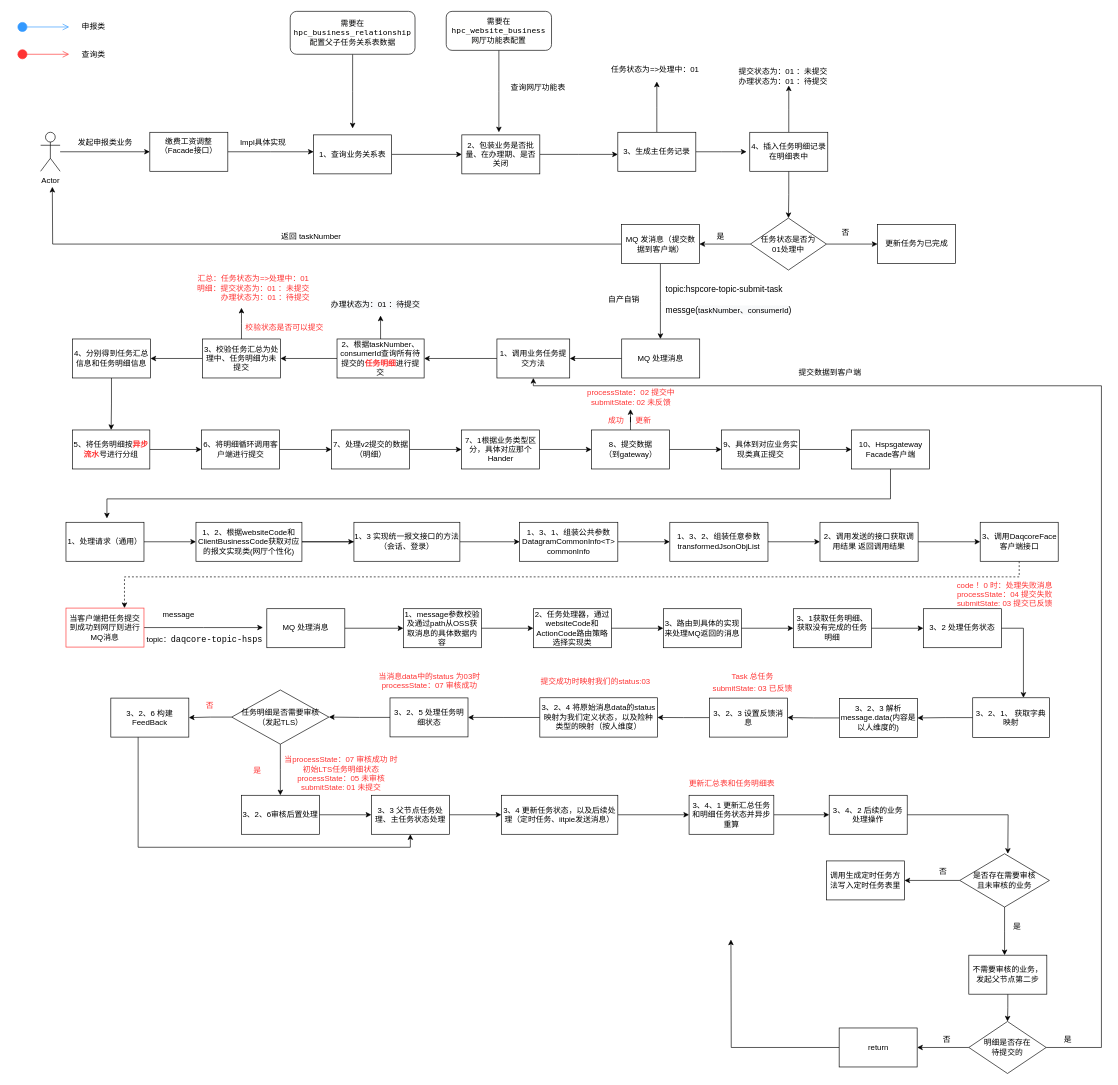
Before: 人社底层详细解析流程图.drawio in YYB1024/myRemoteRepo, a draw.io diagram. Source tidied: cells renumbered, new cells numbered last; positions are measured from the earlier drawing's top-left corner, leaving out a move shared by most shapes. Both pictures are drawn from the tidied source at 65%, with x=0, y=0 at pixel (17, 11).
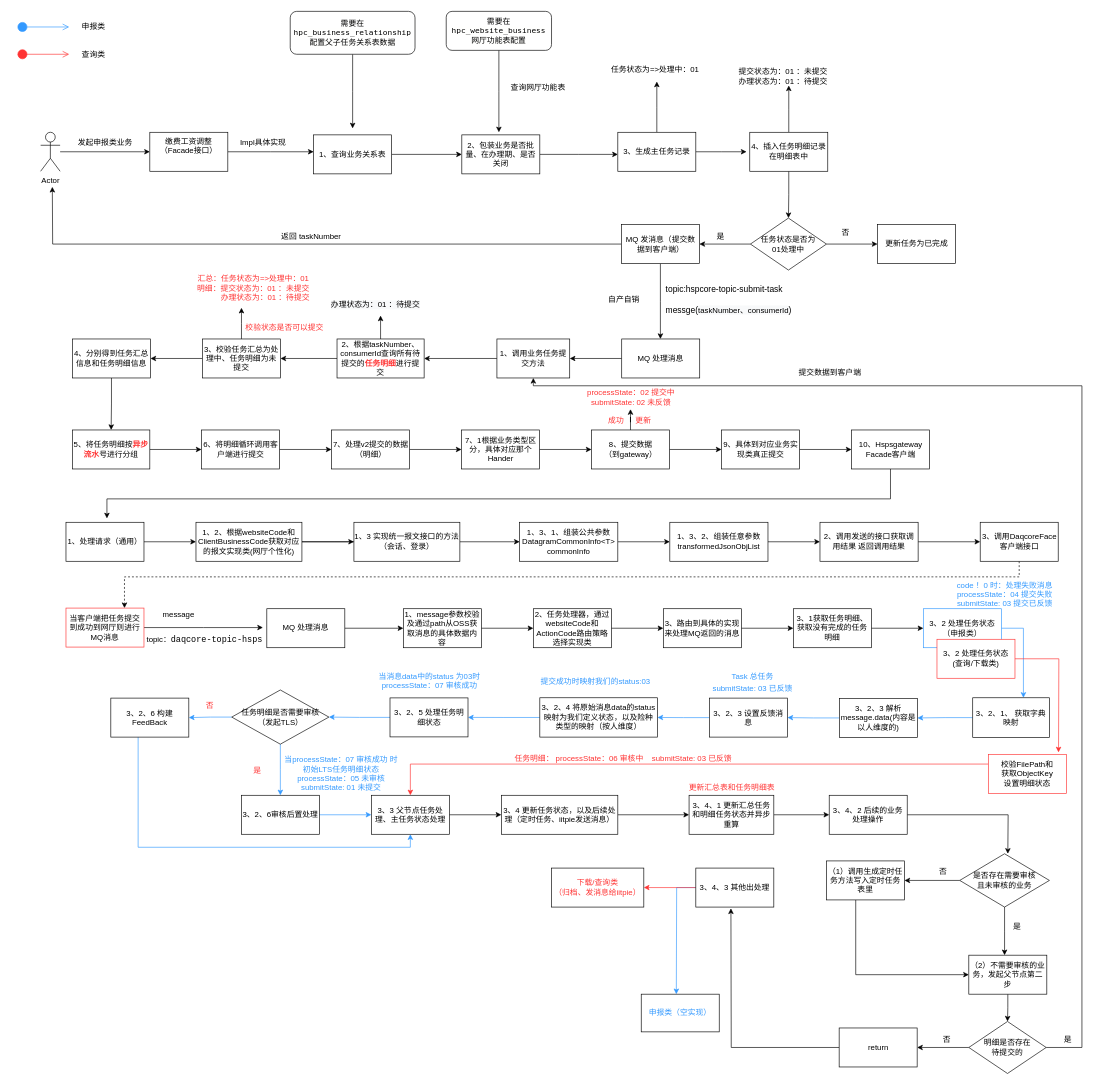
The same diagram, later.

Commit message:
更新人社底层详细解析流程图.drawio

Unchanged cells that the change refers to:
```xml
<mxCell id="43" value="1、调用业务任务提交方法" style="whiteSpace=wrap;html=1;rounded=0;" parent="1" vertex="1">
  <mxGeometry x="738" y="504" width="112" height="60" as="geometry" />
</mxCell>
<mxCell id="106" value="3、2、1&lt;span style=&quot;background-color: initial;&quot;&gt;、 获取字典映射&lt;br&gt;&lt;/span&gt;" style="whiteSpace=wrap;html=1;rounded=0;" parent="1" vertex="1">
  <mxGeometry x="1470" y="1056" width="118" height="61" as="geometry" />
</mxCell>
<mxCell id="108" value="3、2、3 解析message.data(内容是以人维度的)" style="whiteSpace=wrap;html=1;rounded=0;" parent="1" vertex="1">
  <mxGeometry x="1265" y="1057" width="120" height="60" as="geometry" />
</mxCell>
<mxCell id="111" value="3、2、3 设置反馈消息" style="whiteSpace=wrap;html=1;rounded=0;" parent="1" vertex="1">
  <mxGeometry x="1065" y="1056.5" width="120" height="60" as="geometry" />
</mxCell>
<mxCell id="115" value="3、2、4 将原始消息data的status映射为我们定义状态，以及险种类型的映射（按人维度）" style="whiteSpace=wrap;html=1;rounded=0;" parent="1" vertex="1">
  <mxGeometry x="804" y="1056" width="181" height="60.5" as="geometry" />
</mxCell>
<mxCell id="117" value="3、2、5 处理任务明细状态" style="whiteSpace=wrap;html=1;rounded=0;" parent="1" vertex="1">
  <mxGeometry x="573.5" y="1056.2" width="120" height="60" as="geometry" />
</mxCell>
<mxCell id="122" value="任务明细是否需要审核&lt;br&gt;（发起TLS）" style="rhombus;whiteSpace=wrap;html=1;rounded=0;" parent="1" vertex="1">
  <mxGeometry x="330" y="1044" width="149.5" height="83.4" as="geometry" />
</mxCell>
<mxCell id="124" value="3、2、6审核后置处理" style="whiteSpace=wrap;html=1;rounded=0;" parent="1" vertex="1">
  <mxGeometry x="344.8" y="1206" width="120" height="60" as="geometry" />
</mxCell>
<mxCell id="127" value="3、2、6 构建FeedBack" style="whiteSpace=wrap;html=1;rounded=0;" parent="1" vertex="1">
  <mxGeometry x="144" y="1056.5" width="120" height="60" as="geometry" />
</mxCell>
<mxCell id="131" value="3、3 父节点任务处理、主任务状态处理" style="whiteSpace=wrap;html=1;rounded=0;" parent="1" vertex="1">
  <mxGeometry x="544.8" y="1206" width="120" height="60" as="geometry" />
</mxCell>
<mxCell id="148" value="明细是否存在&lt;br&gt;待提交的" style="rhombus;whiteSpace=wrap;html=1;" parent="1" vertex="1">
  <mxGeometry x="1464" y="1554" width="119" height="80" as="geometry" />
</mxCell>
<mxCell id="150" value="return" style="whiteSpace=wrap;html=1;" parent="1" vertex="1">
  <mxGeometry x="1264.5" y="1564" width="120" height="60" as="geometry" />
</mxCell>
```

Change to the diagram source:
```diff
@@
-    <mxCell id="103" style="edgeStyle=orthogonalEdgeStyle;rounded=0;jettySize=auto;html=1;fontColor=#FF3333;" parent="1" edge="1" source="104" target="106">
+    <mxCell id="103" style="edgeStyle=orthogonalEdgeStyle;rounded=0;jettySize=auto;html=1;fontColor=#FF3333;strokeColor=#3399FF;" parent="1" edge="1" source="104" target="106">
       <mxGeometry relative="1" as="geometry">
         <Array as="points">
           <mxPoint x="1548" y="949" />
         </Array>
       </mxGeometry>
     </mxCell>
-    <mxCell id="104" value="3、2 处理任务状态" style="whiteSpace=wrap;html=1;rounded=0;" parent="1" vertex="1">
+    <mxCell id="104" value="3、2 处理任务状态&lt;br&gt;（申报类）" style="whiteSpace=wrap;html=1;rounded=0;strokeColor=#3399FF;" parent="1" vertex="1">
       <mxGeometry x="1394" y="919" width="120" height="60" as="geometry" />
     </mxCell>
-    <mxCell id="105" style="edgeStyle=orthogonalEdgeStyle;rounded=0;jettySize=auto;html=1;fontColor=#FF3333;" parent="1" edge="1" source="106" target="108">
+    <mxCell id="105" style="edgeStyle=orthogonalEdgeStyle;rounded=0;jettySize=auto;html=1;fontColor=#FF3333;strokeColor=#3399FF;" parent="1" edge="1" source="106" target="108">
       <mxGeometry relative="1" as="geometry" />
     </mxCell>
@@
-    <mxCell id="107" style="edgeStyle=orthogonalEdgeStyle;rounded=0;jettySize=auto;html=1;fontColor=#FF3333;" parent="1" edge="1" source="108" target="111">
+    <mxCell id="107" style="edgeStyle=orthogonalEdgeStyle;rounded=0;jettySize=auto;html=1;fontColor=#FF3333;strokeColor=#3399FF;" parent="1" edge="1" source="108" target="111">
       <mxGeometry relative="1" as="geometry" />
     </mxCell>
@@
-    <mxCell id="109" value="code ！0 时：处理失败消息&lt;br&gt;processState：04 提交失败&lt;br&gt;submitState: 03 提交已反馈" style="text;html=1;align=center;verticalAlign=middle;strokeColor=none;fillColor=none;fontColor=#FF3333;" parent="1" vertex="1">
+    <mxCell id="109" value="&lt;font color=&quot;#3399ff&quot;&gt;code ！0 时：处理失败消息&lt;br&gt;processState：04 提交失败&lt;br&gt;submitState: 03 提交已反馈&lt;/font&gt;" style="text;html=1;align=center;verticalAlign=middle;strokeColor=none;fillColor=none;fontColor=#FF3333;" parent="1" vertex="1">
       <mxGeometry x="1438" y="870" width="162" height="54" as="geometry" />
     </mxCell>
-    <mxCell id="110" style="edgeStyle=orthogonalEdgeStyle;rounded=0;jettySize=auto;html=1;fontColor=#FF3333;" parent="1" edge="1" source="111" target="115">
+    <mxCell id="110" style="edgeStyle=orthogonalEdgeStyle;rounded=0;jettySize=auto;html=1;fontColor=#FF3333;strokeColor=#3399FF;" parent="1" edge="1" source="111" target="115">
       <mxGeometry relative="1" as="geometry" />
     </mxCell>
@@
-    <mxCell id="112" value="Task 总任务&lt;br&gt;" style="text;html=1;align=center;verticalAlign=middle;strokeColor=none;fillColor=none;fontColor=#FF3333;" parent="1" vertex="1">
+    <mxCell id="112" value="&lt;font color=&quot;#3399ff&quot;&gt;Task 总任务&lt;/font&gt;" style="text;html=1;align=center;verticalAlign=middle;strokeColor=none;fillColor=none;fontColor=#FF3333;" parent="1" vertex="1">
       <mxGeometry x="1091.5" y="1012" width="78" height="24" as="geometry" />
     </mxCell>
-    <mxCell id="113" value="submitState: 03 已反馈" style="text;html=1;align=center;verticalAlign=middle;strokeColor=none;fillColor=none;fontColor=#FF3333;" parent="1" vertex="1">
+    <mxCell id="113" value="&lt;font color=&quot;#3399ff&quot;&gt;submitState: 03 已反馈&lt;/font&gt;" style="text;html=1;align=center;verticalAlign=middle;strokeColor=none;fillColor=none;fontColor=#FF3333;" parent="1" vertex="1">
       <mxGeometry x="1061.5" y="1030" width="138" height="24" as="geometry" />
     </mxCell>
-    <mxCell id="114" style="edgeStyle=orthogonalEdgeStyle;rounded=0;jettySize=auto;html=1;fontColor=#FF3333;" parent="1" edge="1" source="115" target="117">
+    <mxCell id="114" style="edgeStyle=orthogonalEdgeStyle;rounded=0;jettySize=auto;html=1;fontColor=#FF3333;strokeColor=#3399FF;" parent="1" edge="1" source="115" target="117">
       <mxGeometry relative="1" as="geometry" />
     </mxCell>
@@
-    <mxCell id="116" style="edgeStyle=orthogonalEdgeStyle;rounded=0;jettySize=auto;html=1;fontColor=#FF3333;" parent="1" edge="1" source="117" target="122">
+    <mxCell id="116" style="edgeStyle=orthogonalEdgeStyle;rounded=0;jettySize=auto;html=1;fontColor=#FF3333;strokeColor=#3399FF;" parent="1" edge="1" source="117" target="122">
       <mxGeometry relative="1" as="geometry" />
     </mxCell>
@@
-    <mxCell id="118" value="提交成功时映射我们的status:03&amp;nbsp;" style="text;html=1;align=center;verticalAlign=middle;strokeColor=none;fillColor=none;fontColor=#FF3333;" parent="1" vertex="1">
+    <mxCell id="118" value="&lt;font color=&quot;#3399ff&quot;&gt;提交成功时映射我们的status:03&amp;nbsp;&lt;/font&gt;" style="text;html=1;align=center;verticalAlign=middle;strokeColor=none;fillColor=none;fontColor=#FF3333;" parent="1" vertex="1">
       <mxGeometry x="798" y="1020" width="186" height="24" as="geometry" />
     </mxCell>
-    <mxCell id="119" value="当消息data中的status 为03时&lt;br&gt;processState：07 审核成功" style="text;html=1;align=center;verticalAlign=middle;strokeColor=none;fillColor=none;fontColor=#FF3333;" parent="1" vertex="1">
+    <mxCell id="119" value="&lt;font color=&quot;#3399ff&quot;&gt;当消息data中的status 为03时&lt;br&gt;processState：07 审核成功&lt;/font&gt;" style="text;html=1;align=center;verticalAlign=middle;strokeColor=none;fillColor=none;fontColor=#FF3333;" parent="1" vertex="1">
       <mxGeometry x="546.5" y="1012" width="174" height="36" as="geometry" />
     </mxCell>
-    <mxCell id="120" style="edgeStyle=orthogonalEdgeStyle;rounded=0;jettySize=auto;html=1;fontColor=#FF3333;" parent="1" edge="1" source="122" target="124">
+    <mxCell id="120" style="edgeStyle=orthogonalEdgeStyle;rounded=0;jettySize=auto;html=1;fontColor=#FF3333;strokeColor=#3399FF;" parent="1" edge="1" source="122" target="124">
       <mxGeometry relative="1" as="geometry" />
     </mxCell>
-    <mxCell id="121" style="edgeStyle=orthogonalEdgeStyle;rounded=0;jettySize=auto;html=1;fontColor=#FF3333;" parent="1" edge="1" source="122" target="127">
+    <mxCell id="121" style="edgeStyle=orthogonalEdgeStyle;rounded=0;jettySize=auto;html=1;fontColor=#FF3333;strokeColor=#3399FF;" parent="1" edge="1" source="122" target="127">
       <mxGeometry relative="1" as="geometry" />
     </mxCell>
@@
-    <mxCell id="123" style="edgeStyle=orthogonalEdgeStyle;rounded=0;jettySize=auto;html=1;fontColor=#FF3333;" parent="1" edge="1" source="124" target="131">
+    <mxCell id="123" style="edgeStyle=orthogonalEdgeStyle;rounded=0;jettySize=auto;html=1;fontColor=#FF3333;strokeColor=#3399FF;" parent="1" edge="1" source="124" target="131">
       <mxGeometry relative="1" as="geometry" />
     </mxCell>
@@
-    <mxCell id="126" style="edgeStyle=orthogonalEdgeStyle;rounded=0;jettySize=auto;html=1;entryX=0.5;entryY=1;entryDx=0;entryDy=0;fontColor=#FF3333;" parent="1" edge="1" source="127" target="131">
+    <mxCell id="126" style="edgeStyle=orthogonalEdgeStyle;rounded=0;jettySize=auto;html=1;entryX=0.5;entryY=1;entryDx=0;entryDy=0;fontColor=#FF3333;strokeColor=#3399FF;" parent="1" edge="1" source="127" target="131">
       <mxGeometry relative="1" as="geometry">
         <Array as="points">
           <mxPoint x="186" y="1286" />
           <mxPoint x="605" y="1286" />
         </Array>
       </mxGeometry>
     </mxCell>
@@
-    <mxCell id="129" value="当processState：07 审核成功 时&lt;br&gt;初始LTS任务明细状态&lt;br&gt;processState：05 未审核&lt;br&gt;submitState: 01 未提交" style="text;html=1;align=center;verticalAlign=middle;strokeColor=none;fillColor=none;fontColor=#FF3333;" parent="1" vertex="1">
+    <mxCell id="129" value="&lt;font color=&quot;#3399ff&quot;&gt;当processState：07 审核成功 时&lt;br&gt;初始LTS任务明细状态&lt;br&gt;processState：05 未审核&lt;br&gt;submitState: 01 未提交&lt;/font&gt;" style="text;html=1;align=center;verticalAlign=middle;strokeColor=none;fillColor=none;fontColor=#FF3333;" parent="1" vertex="1">
       <mxGeometry x="402" y="1140" width="192" height="66" as="geometry" />
     </mxCell>
@@
-    <mxCell id="142" value="不需要审核的业务，发起父节点第二步" style="whiteSpace=wrap;html=1;" parent="1" vertex="1">
+    <mxCell id="142" value="（2）不需要审核的业务，发起父节点第二步" style="whiteSpace=wrap;html=1;" parent="1" vertex="1">
       <mxGeometry x="1464" y="1452" width="120" height="60" as="geometry" />
     </mxCell>
@@
+    <mxCell id="155" style="edgeStyle=orthogonalEdgeStyle;rounded=0;jettySize=auto;html=1;entryX=0;entryY=0.5;entryDx=0;entryDy=0;fontColor=#FF3333;" parent="1" edge="1" source="144" target="142">
+      <mxGeometry relative="1" as="geometry">
+        <Array as="points">
+          <mxPoint x="1290" y="1482" />
+        </Array>
+      </mxGeometry>
+    </mxCell>
-    <mxCell id="144" value="调用生成定时任务方法写入定时任务表里" style="whiteSpace=wrap;html=1;" parent="1" vertex="1">
+    <mxCell id="144" value="（1）调用生成定时任务方法写入定时任务表里" style="whiteSpace=wrap;html=1;" parent="1" vertex="1">
       <mxGeometry x="1245" y="1307" width="120" height="60" as="geometry" />
     </mxCell>
@@
     <mxCell id="147" style="edgeStyle=orthogonalEdgeStyle;rounded=0;jettySize=auto;html=1;" parent="1" edge="1" source="148" target="43">
       <mxGeometry relative="1" as="geometry">
         <Array as="points">
-          <mxPoint x="1668" y="1594" />
-          <mxPoint x="1668" y="576" />
+          <mxPoint x="1638" y="1594" />
+          <mxPoint x="1638" y="576" />
           <mxPoint x="794" y="576" />
         </Array>
       </mxGeometry>
     </mxCell>
@@
     <mxCell id="149" style="edgeStyle=orthogonalEdgeStyle;rounded=0;jettySize=auto;html=1;" parent="1" edge="1" source="150">
       <mxGeometry relative="1" as="geometry">
-        <mxPoint x="1098" y="1428" as="targetPoint" />
+        <mxPoint x="1098" y="1380" as="targetPoint" />
       </mxGeometry>
     </mxCell>
@@
     <mxCell id="154" value="&lt;font color=&quot;#ff3333&quot;&gt;更新汇总表和任务明细表&lt;/font&gt;" style="text;html=1;align=center;verticalAlign=middle;strokeColor=none;fillColor=none;" parent="1" vertex="1">
-      <mxGeometry x="1023.8" y="1176" width="150" height="24" as="geometry" />
+      <mxGeometry x="1023.8" y="1182" width="150" height="24" as="geometry" />
     </mxCell>
+    <mxCell id="156" style="edgeStyle=orthogonalEdgeStyle;rounded=0;jettySize=auto;html=1;fontColor=#FF3333;strokeColor=#3399FF;" parent="1" edge="1" source="158">
+      <mxGeometry relative="1" as="geometry">
+        <mxPoint x="1014" y="1512" as="targetPoint" />
+      </mxGeometry>
+    </mxCell>
+    <mxCell id="157" style="edgeStyle=orthogonalEdgeStyle;rounded=0;jettySize=auto;html=1;fontColor=#3399FF;strokeColor=#FF3333;" parent="1" edge="1" source="158" target="160">
+      <mxGeometry relative="1" as="geometry" />
+    </mxCell>
+    <mxCell id="158" value="3、4、3 其他出处理" style="whiteSpace=wrap;html=1;" parent="1" vertex="1">
+      <mxGeometry x="1044" y="1318" width="120" height="60" as="geometry" />
+    </mxCell>
+    <mxCell id="159" value="&lt;font color=&quot;#3399ff&quot;&gt;申报类（空实现）&lt;/font&gt;" style="whiteSpace=wrap;html=1;" parent="1" vertex="1">
+      <mxGeometry x="960" y="1512" width="120" height="58" as="geometry" />
+    </mxCell>
+    <mxCell id="160" value="&lt;font color=&quot;#ff3333&quot;&gt;下载/查询类&lt;br&gt;（归档、发消息给iitpie）&lt;/font&gt;" style="whiteSpace=wrap;html=1;" parent="1" vertex="1">
+      <mxGeometry x="822" y="1318" width="142" height="60" as="geometry" />
+    </mxCell>
+    <mxCell id="161" style="edgeStyle=orthogonalEdgeStyle;rounded=0;jettySize=auto;html=1;fontColor=#3399FF;strokeColor=#FF3333;" parent="1" edge="1" source="162">
+      <mxGeometry relative="1" as="geometry">
+        <mxPoint x="1602" y="1140" as="targetPoint" />
+      </mxGeometry>
+    </mxCell>
+    <mxCell id="162" value="3、2 处理任务状态&lt;br&gt;(查询/下载类)" style="whiteSpace=wrap;html=1;rounded=0;strokeColor=#FF3333;" parent="1" vertex="1">
+      <mxGeometry x="1415" y="966" width="120" height="60" as="geometry" />
+    </mxCell>
+    <mxCell id="163" style="edgeStyle=orthogonalEdgeStyle;rounded=0;jettySize=auto;html=1;entryX=0.5;entryY=0;entryDx=0;entryDy=0;fontColor=#3399FF;strokeColor=#FF3333;" parent="1" edge="1" source="164" target="131">
+      <mxGeometry relative="1" as="geometry">
+        <Array as="points">
+          <mxPoint x="605" y="1158" />
+        </Array>
+      </mxGeometry>
+    </mxCell>
+    <mxCell id="164" value="校验FilePath和&lt;br&gt;获取ObjectKey&lt;br&gt;设置明细状态" style="whiteSpace=wrap;html=1;strokeColor=#FF3333;rounded=0;" parent="1" vertex="1">
+      <mxGeometry x="1494" y="1143" width="120" height="60" as="geometry" />
+    </mxCell>
+    <mxCell id="165" value="&lt;font color=&quot;#ff3333&quot;&gt;任务明细： processState：06 审核中&amp;nbsp; &amp;nbsp; submitState: 03 已反馈&lt;/font&gt;" style="text;html=1;align=center;verticalAlign=middle;strokeColor=none;fillColor=none;fontColor=#3399FF;" parent="1" vertex="1">
+      <mxGeometry x="758" y="1138" width="348" height="24" as="geometry" />
+    </mxCell>
```
